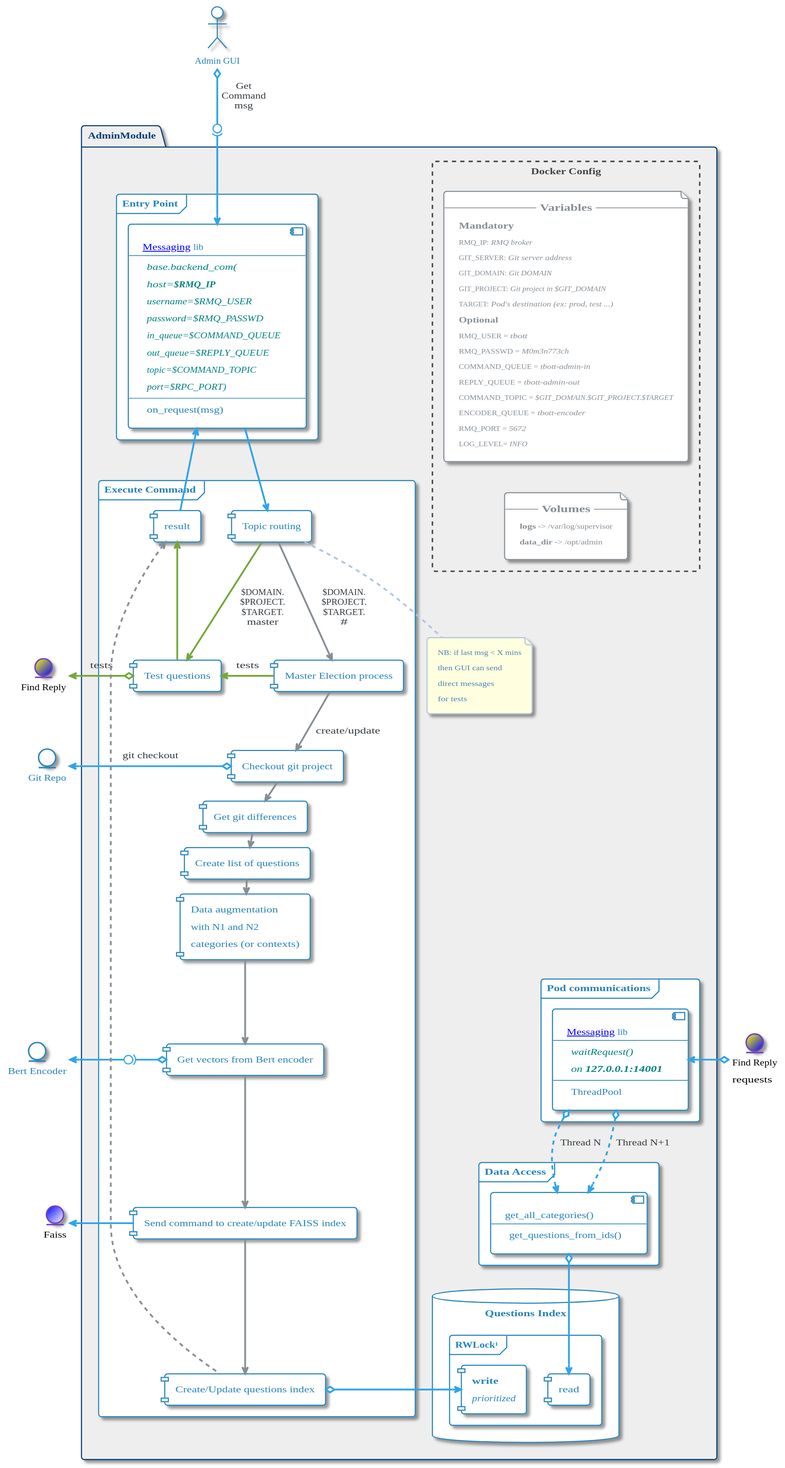
The PlantUML diagram images/plantuml/Admin/admin/Admin_Full.svg in momenttech/maestro-architecture, before a commit.
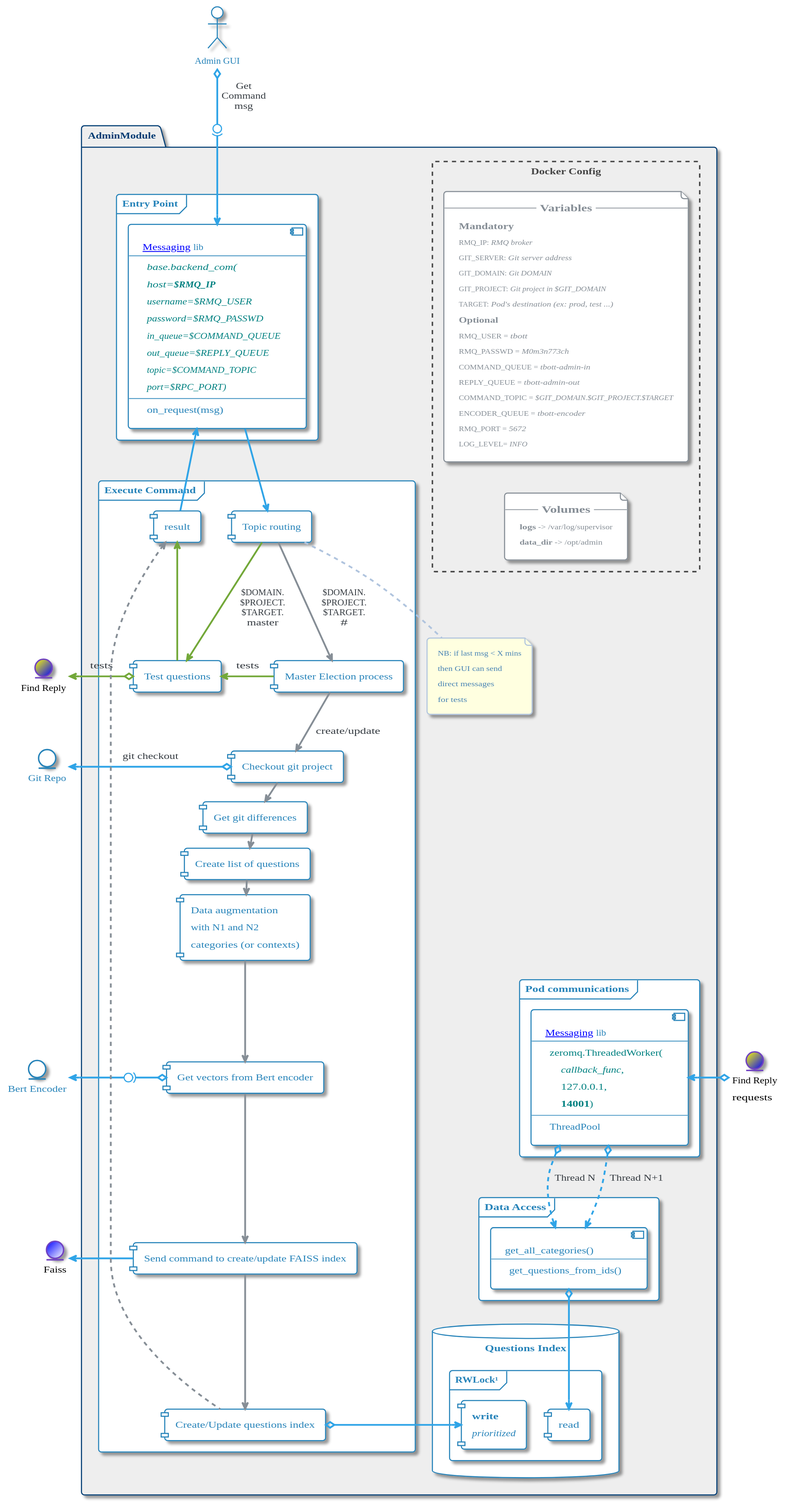
The same file after the commit.

The edit, as a diff of the source:
```diff
@@ -1,4 +1,4 @@
-@startuml
+@startuml Admin_Full
 
 
 
@@ -319,6 +319,7 @@
 
 hide stereotype
 
+skinparam backgroundColor transparent
 !pragma horizontalLineBetweenDifferentPackageAllowed
 
 skinparam file<<NOTE>> {
@@ -412,6 +413,7 @@
 
 
 
+
 scale 1.2
 
 actor "Admin GUI" as AdminRMQ_IN
@@ -436,8 +438,10 @@
             component ADM_MSG [
                 [[http://10.165.64.205/AI/Messaging Messaging]] lib
                 ----
-                <i><color:teal>waitRequest()</color></i>
-                <i><color:teal>on <b>127.0.0.1:14001</b></color></i>
+                <color:teal>zeromq.ThreadedWorker(</color>
+                <color:teal>    <i>callback_func</i>,</color>
+                <color:teal>    127.0.0.1,</color>
+                <color:teal>    <b>14001</b>)</color>
                 ---
                 ThreadPool
                 ]
```
